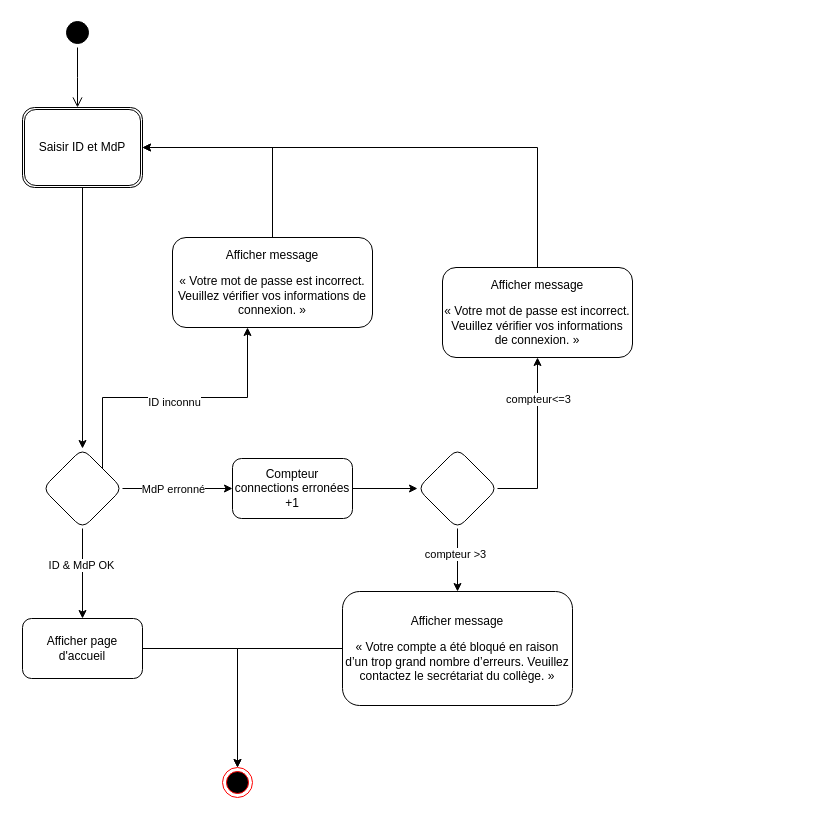
Above: Les Sardines/DiagrammeDActivite.drawio in NLetenneur/UML-Introduction (draw.io), before the change. Source tidied: cells renumbered, new cells numbered last; positions are measured from the earlier drawing's top-left corner, leaving out a move shared by most shapes. Both pictures are drawn from the tidied source at 100%, with x=0, y=0 at pixel (22, 17).
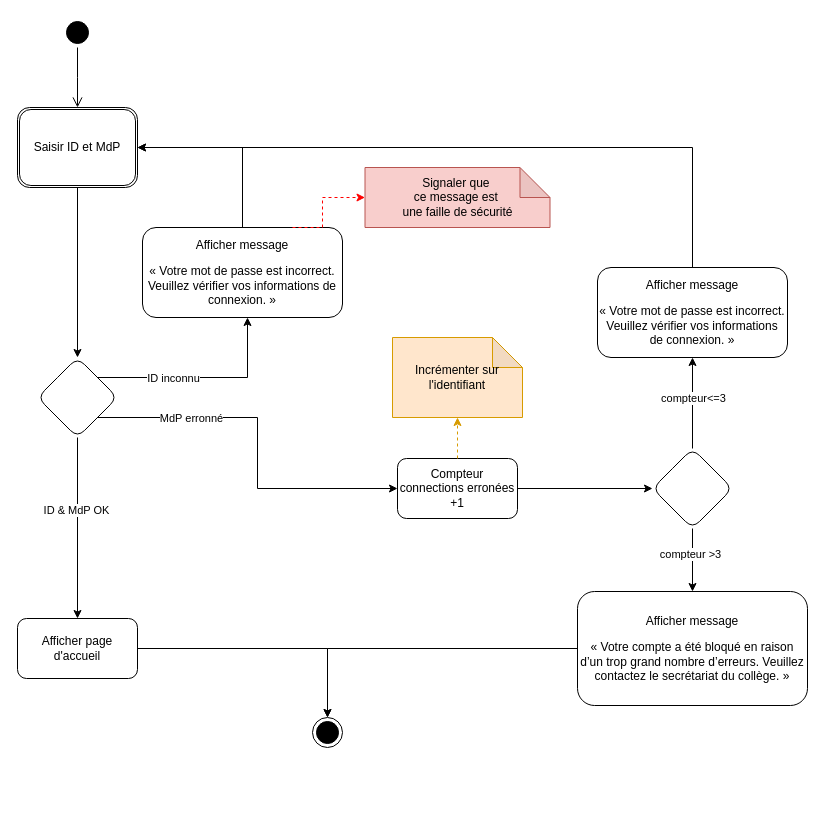
The same page after the edit.

Commit message (it also covers changes not shown here):
Mettre à jour DiagrammeDActivite.drawio

What changed in the source:
```diff
@@
     <mxCell id="5" value="Saisir ID et MdP" style="shape=ext;double=1;rounded=1;whiteSpace=wrap;html=1;" parent="1" vertex="1">
-      <mxGeometry y="90" width="120" height="80" as="geometry" />
+      <mxGeometry x="-5" y="90" width="120" height="80" as="geometry" />
     </mxCell>
@@
-    <mxCell id="8" style="edgeStyle=orthogonalEdgeStyle;rounded=0;jettySize=auto;html=1;entryX=0;entryY=0.5;entryDx=0;entryDy=0;" parent="1" edge="1" source="12" target="20">
+    <mxCell id="8" style="edgeStyle=orthogonalEdgeStyle;rounded=0;jettySize=auto;html=1;entryX=0;entryY=0.5;entryDx=0;entryDy=0;exitX=1;exitY=1;exitDx=0;exitDy=0;" parent="1" edge="1" source="12" target="20">
       <mxGeometry relative="1" as="geometry" />
     </mxCell>
@@
     <mxCell id="10" style="edgeStyle=orthogonalEdgeStyle;rounded=0;jettySize=auto;html=1;exitX=1;exitY=0;exitDx=0;exitDy=0;" parent="1" edge="1" source="12" target="27">
       <mxGeometry relative="1" as="geometry">
         <Array as="points">
-          <mxPoint x="80" y="380" />
-          <mxPoint x="225" y="380" />
+          <mxPoint x="225" y="360" />
         </Array>
       </mxGeometry>
     </mxCell>
     <mxCell id="11" value="ID inconnu" style="edgeLabel;html=1;align=center;verticalAlign=middle;" parent="10" vertex="1">
-      <mxGeometry x="-0.01" y="-4" relative="1" as="geometry" />
+      <mxGeometry x="-0.01" y="-4" relative="1" as="geometry">
+        <mxPoint x="-29" y="-4" as="offset" />
+      </mxGeometry>
     </mxCell>
     <mxCell id="12" style="rhombus;whiteSpace=wrap;html=1;rounded=1;" parent="1" vertex="1">
-      <mxGeometry x="20" y="431" width="80" height="80" as="geometry" />
+      <mxGeometry x="15" y="340" width="80" height="80" as="geometry" />
     </mxCell>
@@
     <mxCell id="14" value="Afficher page d'accueil" style="whiteSpace=wrap;html=1;rounded=1;" parent="1" vertex="1">
-      <mxGeometry y="601" width="120" height="60" as="geometry" />
+      <mxGeometry x="-5" y="601" width="120" height="60" as="geometry" />
     </mxCell>
-    <mxCell id="15" style="edgeStyle=orthogonalEdgeStyle;rounded=0;jettySize=auto;html=1;entryX=1;entryY=0.5;entryDx=0;entryDy=0;exitX=0.5;exitY=0;exitDx=0;exitDy=0;" parent="1" edge="1" source="16" target="5">
+    <mxCell id="15" style="edgeStyle=orthogonalEdgeStyle;rounded=0;jettySize=auto;html=1;entryX=1;entryY=0.5;entryDx=0;entryDy=0;exitX=0.5;exitY=0;exitDx=0;exitDy=0;exitPerimeter=0;" parent="1" edge="1" source="16" target="5">
       <mxGeometry relative="1" as="geometry">
         <Array as="points">
-          <mxPoint x="515" y="130" />
+          <mxPoint x="670" y="130" />
         </Array>
       </mxGeometry>
     </mxCell>
     <mxCell id="16" value="&lt;p&gt;Afficher message&lt;/p&gt;&lt;p&gt;&lt;/p&gt;&lt;p&gt; « Votre mot de passe est incorrect. Veuillez vérifier vos informations de connexion. » &lt;/p&gt;" style="whiteSpace=wrap;html=1;rounded=1;" parent="1" vertex="1">
-      <mxGeometry x="420" y="250" width="190" height="90" as="geometry" />
+      <mxGeometry x="575" y="250" width="190" height="90" as="geometry" />
     </mxCell>
-    <mxCell id="17" style="edgeStyle=orthogonalEdgeStyle;rounded=0;jettySize=auto;html=1;entryX=0.5;entryY=1;entryDx=0;entryDy=0;exitX=1;exitY=0.5;exitDx=0;exitDy=0;" parent="1" edge="1" source="23" target="16">
+    <mxCell id="17" style="edgeStyle=orthogonalEdgeStyle;rounded=0;jettySize=auto;html=1;entryX=0.5;entryY=1;entryDx=0;entryDy=0;exitX=0.5;exitY=0;exitDx=0;exitDy=0;" parent="1" edge="1" source="23" target="16">
       <mxGeometry relative="1" as="geometry" />
     </mxCell>
     <mxCell id="18" value="compteur&amp;lt;=3" style="edgeLabel;html=1;align=center;verticalAlign=middle;" parent="17" vertex="1">
       <mxGeometry x="0.01" y="-1" relative="1" as="geometry">
-        <mxPoint x="-1" y="-44" as="offset" />
+        <mxPoint x="-1" y="-5" as="offset" />
       </mxGeometry>
     </mxCell>
-    <mxCell id="19" style="edgeStyle=orthogonalEdgeStyle;rounded=0;jettySize=auto;html=1;" parent="1" edge="1" source="20" target="23">
+    <mxCell id="19" style="edgeStyle=orthogonalEdgeStyle;rounded=0;jettySize=auto;html=1;exitX=1;exitY=0.5;exitDx=0;exitDy=0;" parent="1" edge="1" source="20" target="23">
       <mxGeometry relative="1" as="geometry" />
     </mxCell>
     <mxCell id="20" value="Compteur connections erronées +1" style="whiteSpace=wrap;html=1;rounded=1;" parent="1" vertex="1">
-      <mxGeometry x="210" y="441" width="120" height="60" as="geometry" />
+      <mxGeometry x="375" y="441" width="120" height="60" as="geometry" />
     </mxCell>
@@
     <mxCell id="23" style="rhombus;whiteSpace=wrap;html=1;rounded=1;" parent="1" vertex="1">
-      <mxGeometry x="395" y="431" width="80" height="80" as="geometry" />
+      <mxGeometry x="630" y="431" width="80" height="80" as="geometry" />
     </mxCell>
@@
     <mxCell id="25" value="&lt;p&gt;Afficher message&lt;/p&gt;&lt;p&gt;&lt;/p&gt;&lt;p&gt; « Votre compte a été bloqué en raison d’un trop grand nombre d’erreurs. Veuillez contactez le secrétariat du collège. »&lt;/p&gt;" style="whiteSpace=wrap;html=1;rounded=1;" parent="1" vertex="1">
-      <mxGeometry x="320" y="574" width="230" height="114" as="geometry" />
+      <mxGeometry x="555" y="574" width="230" height="114" as="geometry" />
     </mxCell>
@@
     <mxCell id="27" value="&lt;p&gt;Afficher message&lt;/p&gt;&lt;p&gt;« Votre mot de passe est incorrect. Veuillez vérifier vos informations de connexion. » &lt;/p&gt;" style="whiteSpace=wrap;html=1;rounded=1;" parent="1" vertex="1">
-      <mxGeometry x="150" y="220" width="200" height="90" as="geometry" />
+      <mxGeometry x="120" y="210" width="200" height="90" as="geometry" />
     </mxCell>
-    <mxCell id="28" style="ellipse;html=1;shape=endState;fillColor=#000000;strokeColor=#ff0000;" parent="1" vertex="1">
-      <mxGeometry x="200" y="750" width="30" height="30" as="geometry" />
+    <mxCell id="28" style="ellipse;html=1;shape=endState;fillColor=#000000;strokeColor=#000000;" parent="1" vertex="1">
+      <mxGeometry x="290" y="700" width="30" height="30" as="geometry" />
     </mxCell>
+    <mxCell id="29" value="Incrémenter sur l'identifiant" style="shape=note;whiteSpace=wrap;html=1;backgroundOutline=1;darkOpacity=0.05;fillColor=#ffe6cc;strokeColor=#d79b00;" parent="1" vertex="1">
+      <mxGeometry x="370" y="320" width="130" height="80" as="geometry" />
+    </mxCell>
+    <mxCell id="30" value="&lt;div&gt;Signaler que&amp;nbsp;&lt;/div&gt;&lt;div&gt;ce message est&amp;nbsp;&lt;/div&gt;&lt;div&gt;une faille de sécurité&lt;/div&gt;" style="shape=note;whiteSpace=wrap;html=1;backgroundOutline=1;darkOpacity=0.05;fillColor=#f8cecc;strokeColor=#b85450;" parent="1" vertex="1">
+      <mxGeometry x="342.5" y="150" width="185" height="60" as="geometry" />
+    </mxCell>
+    <mxCell id="31" style="edgeStyle=orthogonalEdgeStyle;rounded=0;jettySize=auto;html=1;exitX=0.75;exitY=0;exitDx=0;exitDy=0;entryX=0;entryY=0.5;entryDx=0;entryDy=0;entryPerimeter=0;dashed=1;fillColor=#f8cecc;strokeColor=#ff0000;" parent="1" edge="1" source="27" target="30">
+      <mxGeometry relative="1" as="geometry">
+        <Array as="points">
+          <mxPoint x="300" y="180" />
+        </Array>
+      </mxGeometry>
+    </mxCell>
+    <mxCell id="32" style="edgeStyle=orthogonalEdgeStyle;rounded=0;jettySize=auto;html=1;entryX=0.5;entryY=1;entryDx=0;entryDy=0;entryPerimeter=0;fillColor=#ffe6cc;strokeColor=#d79b00;dashed=1;" parent="1" edge="1" source="20" target="29">
+      <mxGeometry relative="1" as="geometry" />
+    </mxCell>
```
